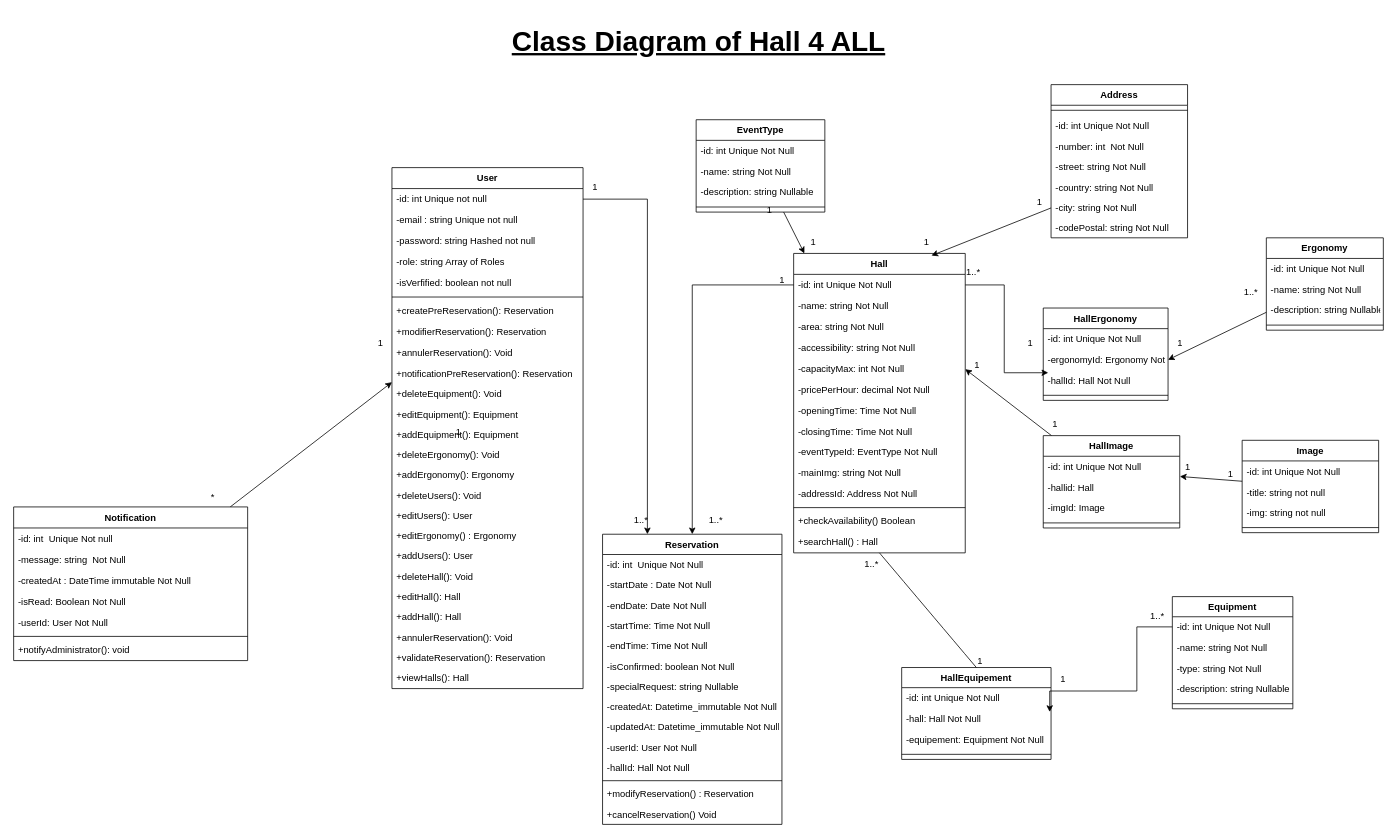
The draw.io diagram page "Page-6" (6 of 6) of Appli reservation de salle.drawio in tenyega/gestion_salle, before the edit. Source tidied: cells renumbered, new cells numbered last; positions are measured from the earlier drawing's top-left corner, leaving out a move shared by most shapes. Both pictures are drawn from the tidied source at 78%, with x=0, y=0 at pixel (13, 22).
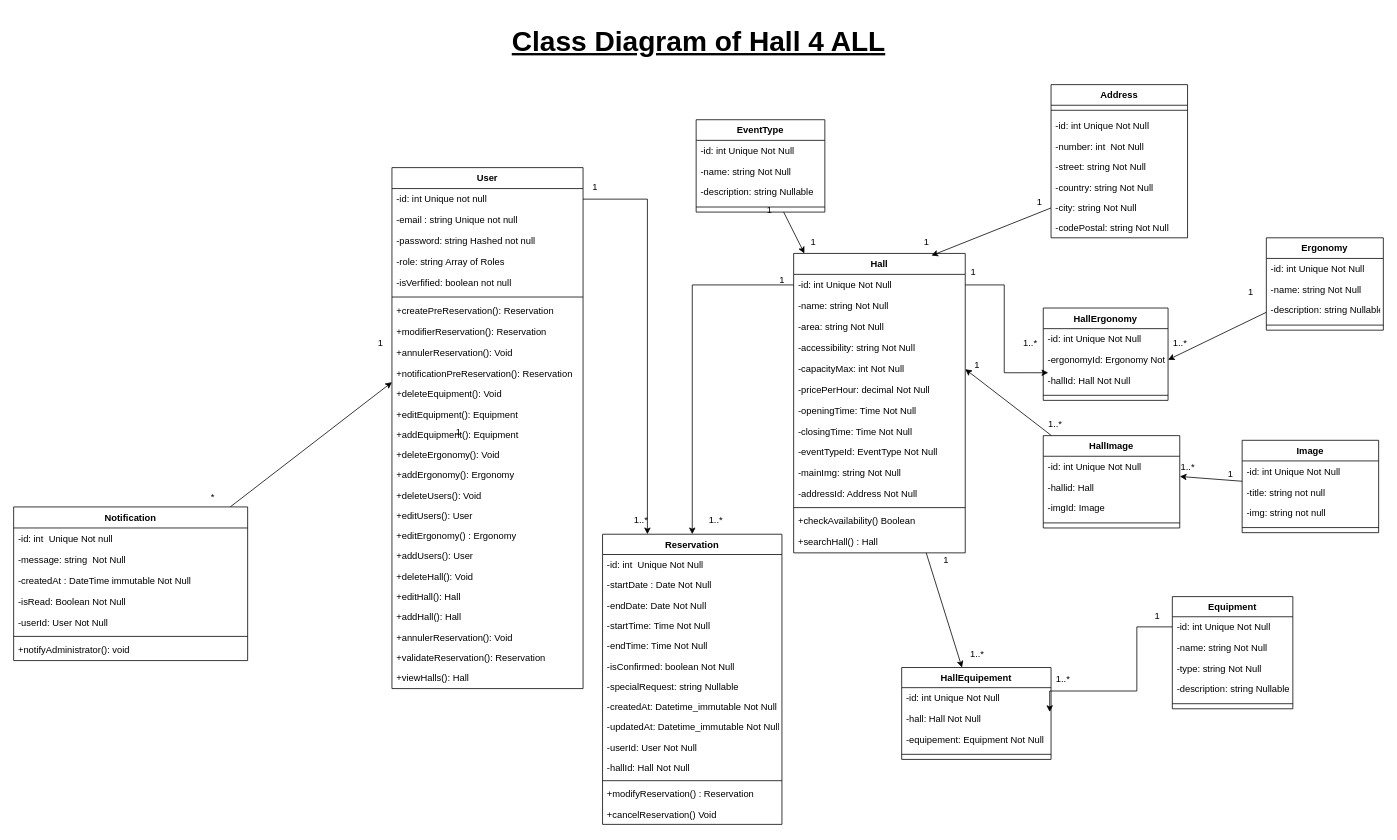
After the change.

Unchanged cells that the change refers to:
```xml
<mxCell id="28" value="Hall" style="swimlane;fontStyle=1;align=center;verticalAlign=top;horizontal=1;startSize=26.857142857142858;" parent="1" vertex="1">
  <mxGeometry x="1000" y="296.4" width="220" height="383.9" as="geometry" />
</mxCell>
<mxCell id="58" value="HallEquipement" style="swimlane;fontStyle=1;align=center;verticalAlign=top;horizontal=1;startSize=25.818181818181817;" parent="1" vertex="1">
  <mxGeometry x="1138.5" y="827.3" width="191.5" height="117.8" as="geometry" />
</mxCell>
```

Change to the diagram source:
```diff
@@
+    <mxCell id="69" style="edgeStyle=none;html=1;" parent="1" edge="1" source="28" target="58">
+      <mxGeometry relative="1" as="geometry" />
+    </mxCell>
@@
-    <mxCell id="69" style="curved=1;startArrow=none;endArrow=none;exitX=0.5;exitY=1;entryX=0.5;entryY=0;rounded=0;" parent="1" edge="1" source="28" target="58">
-      <mxGeometry relative="1" as="geometry" />
-    </mxCell>
-    <mxCell id="70" value="1..*" style="edgeLabel;labelBackgroundColor=none;fontSize=12;align=right;verticalAlign=top;" parent="69" vertex="1">
-      <mxGeometry x="-1" relative="1" as="geometry" />
-    </mxCell>
-    <mxCell id="71" value="1" style="edgeLabel;labelBackgroundColor=none;fontSize=12;align=left;verticalAlign=bottom;" parent="69" vertex="1">
-      <mxGeometry x="1" relative="1" as="geometry" />
-    </mxCell>
@@
-    <mxCell id="78" value="1..*" style="text;html=1;align=center;verticalAlign=middle;strokeColor=none;fillColor=none;" parent="1" vertex="1">
-      <mxGeometry x="1210" y="306.4" width="40" height="30" as="geometry" />
+    <mxCell id="78" value="1" style="text;html=1;align=center;verticalAlign=middle;strokeColor=none;fillColor=none;" parent="1" vertex="1">
+      <mxGeometry x="1215" y="306.4" width="30" height="30" as="geometry" />
     </mxCell>
-    <mxCell id="79" value="1" style="text;html=1;align=center;verticalAlign=middle;strokeColor=none;fillColor=none;" parent="1" vertex="1">
-      <mxGeometry x="1287.5" y="397.2" width="30" height="30" as="geometry" />
+    <mxCell id="79" value="1..*" style="text;html=1;align=center;verticalAlign=middle;strokeColor=none;fillColor=none;" parent="1" vertex="1">
+      <mxGeometry x="1282.5" y="397.2" width="40" height="30" as="geometry" />
     </mxCell>
-    <mxCell id="80" value="1" style="text;html=1;align=center;verticalAlign=middle;strokeColor=none;fillColor=none;" parent="1" vertex="1">
-      <mxGeometry x="1480" y="397.2" width="30" height="30" as="geometry" />
+    <mxCell id="80" value="1..*" style="text;html=1;align=center;verticalAlign=middle;strokeColor=none;fillColor=none;" parent="1" vertex="1">
+      <mxGeometry x="1475" y="397.2" width="40" height="30" as="geometry" />
     </mxCell>
-    <mxCell id="81" value="1..*" style="text;html=1;align=center;verticalAlign=middle;strokeColor=none;fillColor=none;" parent="1" vertex="1">
-      <mxGeometry x="1566" y="331.4" width="40" height="30" as="geometry" />
+    <mxCell id="81" value="1" style="text;html=1;align=center;verticalAlign=middle;strokeColor=none;fillColor=none;" parent="1" vertex="1">
+      <mxGeometry x="1571" y="331.4" width="30" height="30" as="geometry" />
     </mxCell>
@@
-    <mxCell id="89" value="1" style="text;html=1;align=center;verticalAlign=middle;strokeColor=none;fillColor=none;" parent="1" vertex="1">
-      <mxGeometry x="1330" y="827.3" width="30" height="30" as="geometry" />
+    <mxCell id="89" value="1..*" style="text;html=1;align=center;verticalAlign=middle;strokeColor=none;fillColor=none;" parent="1" vertex="1">
+      <mxGeometry x="1325" y="827.3" width="40" height="30" as="geometry" />
     </mxCell>
-    <mxCell id="90" value="1..*" style="text;html=1;align=center;verticalAlign=middle;strokeColor=none;fillColor=none;" parent="1" vertex="1">
-      <mxGeometry x="1445.5" y="746.4" width="40" height="30" as="geometry" />
+    <mxCell id="90" value="1" style="text;html=1;align=center;verticalAlign=middle;strokeColor=none;fillColor=none;" parent="1" vertex="1">
+      <mxGeometry x="1450.5" y="746.4" width="30" height="30" as="geometry" />
     </mxCell>
@@
-    <mxCell id="137" value="1" style="text;html=1;align=center;verticalAlign=middle;strokeColor=none;fillColor=none;" parent="1" vertex="1">
-      <mxGeometry x="1320" y="500.4" width="30" height="30" as="geometry" />
+    <mxCell id="137" value="1..*" style="text;html=1;align=center;verticalAlign=middle;strokeColor=none;fillColor=none;" parent="1" vertex="1">
+      <mxGeometry x="1315" y="500.4" width="40" height="30" as="geometry" />
     </mxCell>
@@
-    <mxCell id="145" value="1" style="text;html=1;align=center;verticalAlign=middle;strokeColor=none;fillColor=none;" parent="1" vertex="1">
-      <mxGeometry x="1490" y="555" width="30" height="30" as="geometry" />
+    <mxCell id="145" value="1..*" style="text;html=1;align=center;verticalAlign=middle;strokeColor=none;fillColor=none;" parent="1" vertex="1">
+      <mxGeometry x="1485" y="555" width="40" height="30" as="geometry" />
     </mxCell>
+    <mxCell id="70" value="1..*" style="text;html=1;align=center;verticalAlign=middle;strokeColor=none;fillColor=none;" parent="1" vertex="1">
+      <mxGeometry x="1215" y="795" width="40" height="30" as="geometry" />
+    </mxCell>
+    <mxCell id="71" value="1" style="text;html=1;align=center;verticalAlign=middle;strokeColor=none;fillColor=none;" parent="1" vertex="1">
+      <mxGeometry x="1180" y="675" width="30" height="30" as="geometry" />
+    </mxCell>
```
